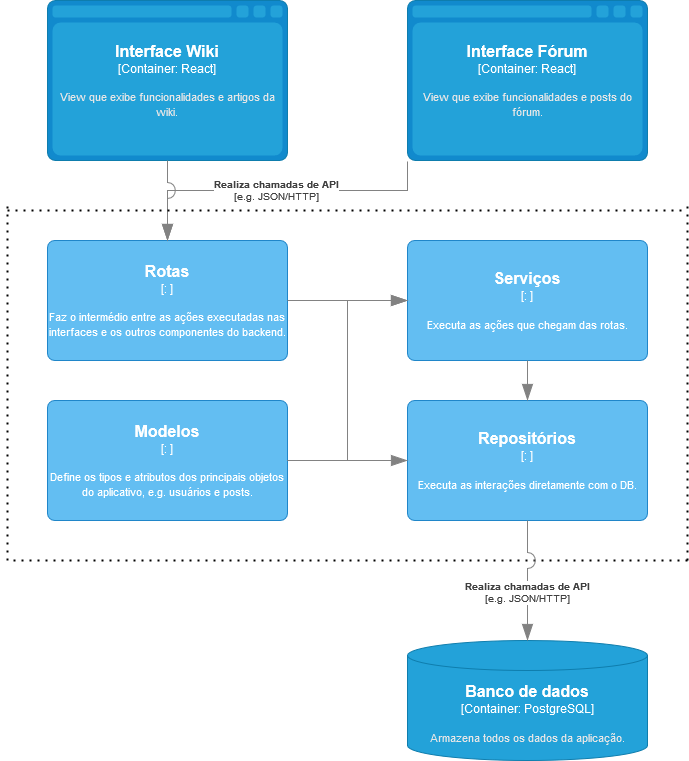
Earlier version of the draw.io export images/C4-A1-v1.drawio.png (caiopetruccirosa/mc426-2023s1). Source tidied: cells renumbered, new cells last; positions are measured from the earlier drawing's top-left corner, leaving out a move shared by most shapes.
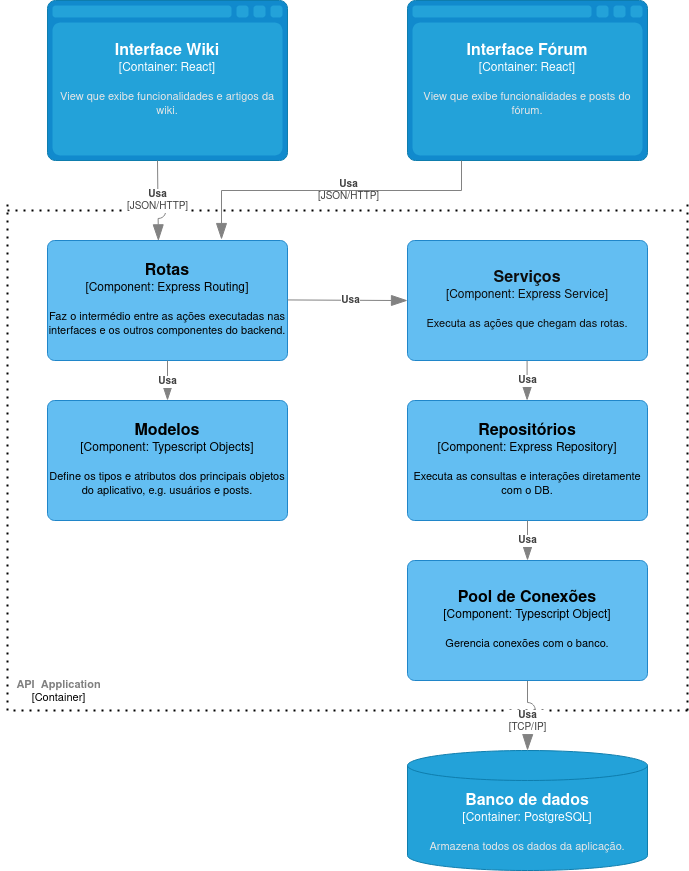
The same file after the commit.

Commit message:
Atualiza diagrama

What changed in the source:
```diff
@@ -12,91 +12,71 @@
         <mxGeometry x="406" width="240" height="160" as="geometry" />
       </mxCell>
     </object>
-    <object id="4" label="&lt;font style=&quot;font-size: 16px&quot;&gt;&lt;b&gt;%c4Name%&lt;/b&gt;&lt;/font&gt;&lt;div&gt;[%c4Type%: %c4Technology%]&lt;/div&gt;&lt;br&gt;&lt;div&gt;&lt;font style=&quot;font-size: 11px&quot;&gt;%c4Description%&lt;/font&gt;&lt;/div&gt;" c4Description="Define os tipos e atributos dos principais objetos do aplicativo, e.g. usuários e posts." c4Name="Modelos" c4Technology="" c4Type="" placeholders="1">
-      <mxCell style="rounded=1;whiteSpace=wrap;html=1;labelBackgroundColor=none;fillColor=#63BEF2;fontColor=#ffffff;align=center;arcSize=6;strokeColor=#2086C9;points=[[0.25,0,0],[0.5,0,0],[0.75,0,0],[1,0.25,0],[1,0.5,0],[1,0.75,0],[0.75,1,0],[0.5,1,0],[0.25,1,0],[0,0.75,0],[0,0.5,0],[0,0.25,0]];" parent="1" vertex="1">
+    <object id="4" label="&lt;font style=&quot;font-size: 16px&quot;&gt;&lt;b&gt;%c4Name%&lt;/b&gt;&lt;/font&gt;&lt;div&gt;[%c4Type%: %c4Technology%]&lt;/div&gt;&lt;br&gt;&lt;div&gt;&lt;font style=&quot;font-size: 11px&quot;&gt;%c4Description%&lt;/font&gt;&lt;/div&gt;" c4Description="Define os tipos e atributos dos principais objetos do aplicativo, e.g. usuários e posts." c4Name="Modelos" c4Technology="Typescript Objects" c4Type="Component" placeholders="1">
+      <mxCell style="rounded=1;whiteSpace=wrap;html=1;labelBackgroundColor=none;fillColor=#63BEF2;fontColor=#000000;align=center;arcSize=6;strokeColor=#2086C9;points=[[0.25,0,0],[0.5,0,0],[0.75,0,0],[1,0.25,0],[1,0.5,0],[1,0.75,0],[0.75,1,0],[0.5,1,0],[0.25,1,0],[0,0.75,0],[0,0.5,0],[0,0.25,0]];" parent="1" vertex="1">
         <mxGeometry x="46" y="400" width="240" height="120" as="geometry" />
       </mxCell>
     </object>
-    <object id="5" label="&lt;font style=&quot;font-size: 16px&quot;&gt;&lt;b&gt;%c4Name%&lt;/b&gt;&lt;/font&gt;&lt;div&gt;[%c4Type%: %c4Technology%]&lt;/div&gt;&lt;br&gt;&lt;div&gt;&lt;font style=&quot;font-size: 11px&quot;&gt;%c4Description%&lt;/font&gt;&lt;/div&gt;" c4Description="Executa as interações diretamente com o DB." c4Name="Repositórios" c4Technology="" c4Type="" placeholders="1">
-      <mxCell style="rounded=1;whiteSpace=wrap;html=1;labelBackgroundColor=none;fillColor=#63BEF2;fontColor=#ffffff;align=center;arcSize=6;strokeColor=#2086C9;points=[[0.25,0,0],[0.5,0,0],[0.75,0,0],[1,0.25,0],[1,0.5,0],[1,0.75,0],[0.75,1,0],[0.5,1,0],[0.25,1,0],[0,0.75,0],[0,0.5,0],[0,0.25,0]];" parent="1" vertex="1">
+    <object id="5" label="&lt;font style=&quot;font-size: 16px&quot;&gt;&lt;b&gt;%c4Name%&lt;/b&gt;&lt;/font&gt;&lt;div&gt;[%c4Type%: %c4Technology%]&lt;/div&gt;&lt;br&gt;&lt;div&gt;&lt;font style=&quot;font-size: 11px&quot;&gt;%c4Description%&lt;/font&gt;&lt;/div&gt;" c4Description="Executa as consultas e interações diretamente com o DB." c4Name="Repositórios" c4Technology="Express Repository" c4Type="Component" placeholders="1">
+      <mxCell style="rounded=1;whiteSpace=wrap;html=1;labelBackgroundColor=none;fillColor=#63BEF2;fontColor=#000000;align=center;arcSize=6;strokeColor=#2086C9;points=[[0.25,0,0],[0.5,0,0],[0.75,0,0],[1,0.25,0],[1,0.5,0],[1,0.75,0],[0.75,1,0],[0.5,1,0],[0.25,1,0],[0,0.75,0],[0,0.5,0],[0,0.25,0]];" parent="1" vertex="1">
         <mxGeometry x="406" y="400" width="240" height="120" as="geometry" />
       </mxCell>
     </object>
-    <object id="6" label="&lt;font style=&quot;font-size: 16px&quot;&gt;&lt;b&gt;%c4Name%&lt;/b&gt;&lt;/font&gt;&lt;div&gt;[%c4Type%: %c4Technology%]&lt;/div&gt;&lt;br&gt;&lt;div&gt;&lt;font style=&quot;font-size: 11px&quot;&gt;%c4Description%&lt;/font&gt;&lt;/div&gt;" c4Description="Faz o intermédio entre as ações executadas nas interfaces e os outros componentes do backend." c4Name="Rotas" c4Technology="" c4Type="" placeholders="1">
-      <mxCell style="rounded=1;whiteSpace=wrap;html=1;labelBackgroundColor=none;fillColor=#63BEF2;fontColor=#ffffff;align=center;arcSize=6;strokeColor=#2086C9;points=[[0.25,0,0],[0.5,0,0],[0.75,0,0],[1,0.25,0],[1,0.5,0],[1,0.75,0],[0.75,1,0],[0.5,1,0],[0.25,1,0],[0,0.75,0],[0,0.5,0],[0,0.25,0]];" parent="1" vertex="1">
+    <object id="6" label="&lt;font style=&quot;font-size: 16px&quot;&gt;&lt;b&gt;%c4Name%&lt;/b&gt;&lt;/font&gt;&lt;div&gt;[%c4Type%: %c4Technology%]&lt;/div&gt;&lt;br&gt;&lt;div&gt;&lt;font style=&quot;font-size: 11px&quot;&gt;%c4Description%&lt;/font&gt;&lt;/div&gt;" c4Description="Faz o intermédio entre as ações executadas nas interfaces e os outros componentes do backend." c4Name="Rotas" c4Technology="Express Routing" c4Type="Component" placeholders="1">
+      <mxCell style="rounded=1;whiteSpace=wrap;html=1;labelBackgroundColor=none;fillColor=#63BEF2;fontColor=#030303;align=center;arcSize=6;strokeColor=#2086C9;points=[[0.25,0,0],[0.5,0,0],[0.75,0,0],[1,0.25,0],[1,0.5,0],[1,0.75,0],[0.75,1,0],[0.5,1,0],[0.25,1,0],[0,0.75,0],[0,0.5,0],[0,0.25,0]];" parent="1" vertex="1">
         <mxGeometry x="46" y="240" width="240" height="120" as="geometry" />
       </mxCell>
     </object>
-    <object id="7" label="&lt;font style=&quot;font-size: 16px&quot;&gt;&lt;b&gt;%c4Name%&lt;/b&gt;&lt;/font&gt;&lt;div&gt;[%c4Type%: %c4Technology%]&lt;/div&gt;&lt;br&gt;&lt;div&gt;&lt;font style=&quot;font-size: 11px&quot;&gt;%c4Description%&lt;/font&gt;&lt;/div&gt;" c4Description="Executa as ações que chegam das rotas." c4Name="Serviços" c4Technology="" c4Type="" placeholders="1">
-      <mxCell style="rounded=1;whiteSpace=wrap;html=1;labelBackgroundColor=none;fillColor=#63BEF2;fontColor=#ffffff;align=center;arcSize=6;strokeColor=#2086C9;points=[[0.25,0,0],[0.5,0,0],[0.75,0,0],[1,0.25,0],[1,0.5,0],[1,0.75,0],[0.75,1,0],[0.5,1,0],[0.25,1,0],[0,0.75,0],[0,0.5,0],[0,0.25,0]];" parent="1" vertex="1">
+    <object id="7" label="&lt;font style=&quot;font-size: 16px&quot;&gt;&lt;b&gt;%c4Name%&lt;/b&gt;&lt;/font&gt;&lt;div&gt;[%c4Type%: %c4Technology%]&lt;/div&gt;&lt;br&gt;&lt;div&gt;&lt;font style=&quot;font-size: 11px&quot;&gt;%c4Description%&lt;/font&gt;&lt;/div&gt;" c4Description="Executa as ações que chegam das rotas." c4Name="Serviços" c4Technology="Express Service" c4Type="Component" placeholders="1">
+      <mxCell style="rounded=1;whiteSpace=wrap;html=1;labelBackgroundColor=none;fillColor=#63BEF2;fontColor=#0D0D0D;align=center;arcSize=6;strokeColor=#2086C9;points=[[0.25,0,0],[0.5,0,0],[0.75,0,0],[1,0.25,0],[1,0.5,0],[1,0.75,0],[0.75,1,0],[0.5,1,0],[0.25,1,0],[0,0.75,0],[0,0.5,0],[0,0.25,0]];" parent="1" vertex="1">
         <mxGeometry x="406" y="240" width="240" height="120" as="geometry" />
       </mxCell>
     </object>
     <object id="8" label="&lt;font style=&quot;font-size: 16px&quot;&gt;&lt;b&gt;%c4Type%&lt;/b&gt;&lt;/font&gt;&lt;div&gt;[%c4Container%:&amp;nbsp;%c4Technology%]&lt;/div&gt;&lt;br&gt;&lt;div&gt;&lt;font style=&quot;font-size: 11px&quot;&gt;&lt;font color=&quot;#E6E6E6&quot;&gt;%c4Description%&lt;/font&gt;&lt;/div&gt;" c4Container="Container" c4Description="Armazena todos os dados da aplicação." c4Technology="PostgreSQL" c4Type="Banco de dados" placeholders="1">
       <mxCell style="shape=cylinder3;size=15;whiteSpace=wrap;html=1;boundedLbl=1;rounded=0;labelBackgroundColor=none;fillColor=#23A2D9;fontSize=12;fontColor=#ffffff;align=center;strokeColor=#0E7DAD;points=[[0.5,0,0],[1,0.25,0],[1,0.5,0],[1,0.75,0],[0.5,1,0],[0,0.75,0],[0,0.5,0],[0,0.25,0]];" parent="1" vertex="1">
-        <mxGeometry x="406" y="640" width="240" height="120" as="geometry" />
+        <mxGeometry x="406" y="750" width="240" height="120" as="geometry" />
       </mxCell>
     </object>
-    <object id="9" label="&lt;div style=&quot;text-align: left&quot;&gt;&lt;div style=&quot;text-align: center&quot;&gt;&lt;b&gt;%c4Description%&lt;/b&gt;&lt;/div&gt;&lt;div style=&quot;text-align: center&quot;&gt;[%c4Technology%]&lt;/div&gt;&lt;/div&gt;" c4Description="Realiza chamadas de API" c4Technology="e.g. JSON/HTTP" c4Type="Relationship" placeholders="1">
-      <mxCell style="endArrow=blockThin;html=1;fontSize=10;fontColor=#404040;strokeWidth=1;endFill=1;strokeColor=#828282;elbow=vertical;endSize=14;startSize=14;jumpStyle=arc;jumpSize=16;rounded=0;edgeStyle=orthogonalEdgeStyle;exitX=0;exitY=1.006;exitDx=0;exitDy=0;exitPerimeter=0;entryX=0.5;entryY=0;entryDx=0;entryDy=0;entryPerimeter=0;" parent="1" edge="1" source="3" target="6">
-        <mxGeometry relative="1" as="geometry">
+    <object id="9" label="&lt;div style=&quot;text-align: left&quot;&gt;&lt;div style=&quot;text-align: center&quot;&gt;&lt;b&gt;%c4Description%&lt;/b&gt;&lt;/div&gt;&lt;div style=&quot;text-align: center&quot;&gt;[%c4Technology%]&lt;/div&gt;&lt;/div&gt;" c4Description="Usa" c4Technology="JSON/HTTP" c4Type="Relationship" placeholders="1">
+      <mxCell style="endArrow=blockThin;html=1;fontSize=10;fontColor=#404040;strokeWidth=1;endFill=1;strokeColor=#828282;elbow=vertical;endSize=14;startSize=14;jumpStyle=arc;jumpSize=16;rounded=0;edgeStyle=orthogonalEdgeStyle;exitX=0;exitY=1.006;exitDx=0;exitDy=0;exitPerimeter=0;entryX=0.5;entryY=0;entryDx=0;entryDy=0;entryPerimeter=0;labelBackgroundColor=none;" parent="1" edge="1">
+        <mxGeometry x="-0.11" relative="1" as="geometry">
+          <mxPoint x="460" y="160" as="sourcePoint" />
+          <mxPoint x="220" y="239" as="targetPoint" />
           <Array as="points">
-            <mxPoint x="406" y="190" />
-            <mxPoint x="166" y="190" />
+            <mxPoint x="460" y="190" />
+            <mxPoint x="220" y="190" />
           </Array>
         </mxGeometry>
       </mxCell>
     </object>
-    <object id="10" label="" c4Type="Relationship" placeholders="1">
-      <mxCell style="endArrow=blockThin;html=1;fontSize=10;fontColor=#404040;strokeWidth=1;endFill=1;strokeColor=#828282;elbow=vertical;endSize=14;startSize=14;jumpStyle=arc;jumpSize=16;rounded=0;edgeStyle=orthogonalEdgeStyle;" parent="1" edge="1" source="2">
-        <mxGeometry relative="1" as="geometry">
-          <mxPoint x="166" y="240" as="targetPoint" />
-        </mxGeometry>
-      </mxCell>
-    </object>
-    <object id="11" label="" c4Type="Relationship" placeholders="1">
-      <mxCell style="endArrow=blockThin;html=1;fontSize=10;fontColor=#404040;strokeWidth=1;endFill=1;strokeColor=#828282;elbow=vertical;endSize=14;startSize=14;jumpStyle=arc;jumpSize=16;rounded=0;edgeStyle=orthogonalEdgeStyle;" parent="1" edge="1" source="6">
-        <mxGeometry relative="1" as="geometry">
-          <mxPoint x="406" y="300" as="targetPoint" />
-        </mxGeometry>
-      </mxCell>
-    </object>
-    <object id="12" label="" c4Type="Relationship" placeholders="1">
-      <mxCell style="endArrow=blockThin;html=1;fontSize=10;fontColor=#404040;strokeWidth=1;endFill=1;strokeColor=#828282;elbow=vertical;endSize=14;startSize=14;jumpStyle=arc;jumpSize=16;rounded=0;edgeStyle=orthogonalEdgeStyle;entryX=0;entryY=0.5;entryDx=0;entryDy=0;entryPerimeter=0;exitX=1;exitY=0.5;exitDx=0;exitDy=0;exitPerimeter=0;" parent="1" edge="1" source="4" target="7">
-        <mxGeometry relative="1" as="geometry" />
-      </mxCell>
-    </object>
-    <object id="13" label="" c4Type="Relationship" placeholders="1">
-      <mxCell style="endArrow=blockThin;html=1;fontSize=10;fontColor=#404040;strokeWidth=1;endFill=1;strokeColor=#828282;elbow=vertical;endSize=14;startSize=14;jumpStyle=arc;jumpSize=16;rounded=0;edgeStyle=orthogonalEdgeStyle;exitX=1;exitY=0.5;exitDx=0;exitDy=0;exitPerimeter=0;" parent="1" edge="1" source="4" target="5">
-        <mxGeometry relative="1" as="geometry" />
-      </mxCell>
-    </object>
-    <object id="14" label="" c4Type="Relationship" placeholders="1">
-      <mxCell style="endArrow=blockThin;html=1;fontSize=10;fontColor=#404040;strokeWidth=1;endFill=1;strokeColor=#828282;elbow=vertical;endSize=14;startSize=14;jumpStyle=arc;jumpSize=16;rounded=0;edgeStyle=orthogonalEdgeStyle;exitX=0.5;exitY=1;exitDx=0;exitDy=0;exitPerimeter=0;entryX=0.5;entryY=0;entryDx=0;entryDy=0;entryPerimeter=0;" parent="1" edge="1" source="7" target="5">
-        <mxGeometry relative="1" as="geometry" />
-      </mxCell>
-    </object>
     <mxCell id="15" style="endArrow=none;dashed=1;html=1;dashPattern=1 3;strokeWidth=2;rounded=0;" parent="1" edge="1">
       <mxGeometry relative="1" as="geometry">
-        <mxPoint x="6" y="560" as="sourcePoint" />
+        <mxPoint x="6" y="710" as="sourcePoint" />
         <mxPoint x="6" y="200" as="targetPoint" />
       </mxGeometry>
     </mxCell>
     <mxCell id="16" style="endArrow=none;dashed=1;html=1;dashPattern=1 3;strokeWidth=2;rounded=0;" parent="1" edge="1">
       <mxGeometry relative="1" as="geometry">
-        <mxPoint x="686" y="560" as="sourcePoint" />
+        <mxPoint x="686" y="710" as="sourcePoint" />
         <mxPoint x="686" y="200" as="targetPoint" />
       </mxGeometry>
     </mxCell>
     <mxCell id="17" style="endArrow=none;dashed=1;html=1;dashPattern=1 3;strokeWidth=2;rounded=0;" parent="1" edge="1">
       <mxGeometry relative="1" as="geometry">
-        <mxPoint x="686" y="560" as="sourcePoint" />
-        <mxPoint x="6" y="560" as="targetPoint" />
+        <mxPoint x="686" y="710" as="sourcePoint" />
+        <mxPoint x="6" y="710" as="targetPoint" />
       </mxGeometry>
     </mxCell>
+    <mxCell id="20" value="&lt;font color=&quot;#808080&quot;&gt;&lt;b&gt;API &lt;span style=&quot;white-space: pre;&quot;&gt; &lt;/span&gt;Application&lt;/b&gt;&lt;/font&gt;&lt;br&gt;[Container]" style="edgeLabel;html=1;align=center;verticalAlign=middle;" parent="17" vertex="1">
+      <mxGeometry x="0.82" y="1" relative="1" as="geometry">
+        <mxPoint x="-11" y="-21" as="offset" />
+      </mxGeometry>
+    </mxCell>
-    <object id="18" label="&lt;div style=&quot;text-align: left&quot;&gt;&lt;div style=&quot;text-align: center&quot;&gt;&lt;b&gt;%c4Description%&lt;/b&gt;&lt;/div&gt;&lt;div style=&quot;text-align: center&quot;&gt;[%c4Technology%]&lt;/div&gt;&lt;/div&gt;" c4Description="Realiza chamadas de API" c4Technology="e.g. JSON/HTTP" c4Type="Relationship" placeholders="1">
-      <mxCell style="endArrow=blockThin;html=1;fontSize=10;fontColor=#404040;strokeWidth=1;endFill=1;strokeColor=#828282;elbow=vertical;endSize=14;startSize=14;jumpStyle=arc;jumpSize=16;rounded=0;edgeStyle=orthogonalEdgeStyle;entryX=0.5;entryY=0;entryDx=0;entryDy=0;entryPerimeter=0;" parent="1" edge="1" source="5" target="8">
-        <mxGeometry x="0.2" relative="1" as="geometry" />
+    <object id="18" label="&lt;div style=&quot;text-align: left&quot;&gt;&lt;div style=&quot;text-align: center&quot;&gt;&lt;b&gt;%c4Description%&lt;/b&gt;&lt;/div&gt;&lt;div style=&quot;text-align: center&quot;&gt;[%c4Technology%]&lt;/div&gt;&lt;/div&gt;" c4Description="Usa" c4Technology="TCP/IP" c4Type="Relationship" placeholders="1">
+      <mxCell style="endArrow=blockThin;html=1;fontSize=10;fontColor=#404040;strokeWidth=1;endFill=1;strokeColor=#828282;elbow=vertical;endSize=14;startSize=14;jumpStyle=arc;jumpSize=16;rounded=0;edgeStyle=orthogonalEdgeStyle;entryX=0.5;entryY=0;entryDx=0;entryDy=0;entryPerimeter=0;" parent="1" edge="1" target="8">
+        <mxGeometry x="0.2" relative="1" as="geometry">
+          <mxPoint x="526" y="680" as="sourcePoint" />
+        </mxGeometry>
       </mxCell>
     </object>
     <mxCell id="19" style="endArrow=none;dashed=1;html=1;dashPattern=1 3;strokeWidth=2;rounded=0;" parent="1" edge="1">
@@ -105,5 +85,45 @@
         <mxPoint y="210" as="targetPoint" />
       </mxGeometry>
     </mxCell>
+    <object id="21" label="&lt;div style=&quot;text-align: left&quot;&gt;&lt;div style=&quot;text-align: center&quot;&gt;&lt;b&gt;%c4Description%&lt;/b&gt;&lt;/div&gt;&lt;div style=&quot;text-align: center&quot;&gt;[%c4Technology%]&lt;/div&gt;&lt;/div&gt;" c4Description="Usa" c4Technology="JSON/HTTP" c4Type="Relationship" placeholders="1">
+      <mxCell style="endArrow=blockThin;html=1;fontSize=10;fontColor=#404040;strokeWidth=1;endFill=1;strokeColor=#828282;elbow=vertical;endSize=14;startSize=14;jumpStyle=arc;jumpSize=16;rounded=0;edgeStyle=orthogonalEdgeStyle;entryX=0.462;entryY=0.003;entryDx=0;entryDy=0;entryPerimeter=0;" parent="1" edge="1" target="6">
+        <mxGeometry relative="1" as="geometry">
+          <mxPoint x="156" y="160" as="sourcePoint" />
+        </mxGeometry>
+      </mxCell>
+    </object>
+    <object id="22" label="&lt;div style=&quot;text-align: left&quot;&gt;&lt;div style=&quot;text-align: center&quot;&gt;&lt;b&gt;%c4Description%&lt;/b&gt;&lt;/div&gt;" c4Description="Usa" c4Type="Relationship" placeholders="1">
+      <mxCell style="endArrow=blockThin;html=1;fontSize=10;fontColor=#404040;strokeWidth=1;endFill=1;strokeColor=#828282;elbow=vertical;endSize=14;startSize=14;jumpStyle=arc;jumpSize=16;rounded=0;edgeStyle=orthogonalEdgeStyle;entryX=0;entryY=0.5;entryDx=0;entryDy=0;entryPerimeter=0;" parent="1" edge="1" target="7">
+        <mxGeometry x="0.05" relative="1" as="geometry">
+          <mxPoint x="286" y="299.4" as="sourcePoint" />
+        </mxGeometry>
+      </mxCell>
+    </object>
+    <object id="23" label="&lt;div style=&quot;text-align: left&quot;&gt;&lt;div style=&quot;text-align: center&quot;&gt;&lt;b&gt;%c4Description%&lt;/b&gt;&lt;/div&gt;" c4Description="Usa" c4Type="Relationship" placeholders="1">
+      <mxCell style="endArrow=blockThin;html=1;fontSize=10;fontColor=#404040;strokeWidth=1;endFill=1;strokeColor=#828282;elbow=vertical;endSize=14;startSize=14;jumpStyle=arc;jumpSize=16;rounded=0;edgeStyle=orthogonalEdgeStyle;" parent="1" edge="1" target="5">
+        <mxGeometry relative="1" as="geometry">
+          <mxPoint x="525.6" y="360" as="sourcePoint" />
+          <Array as="points">
+            <mxPoint x="526" y="370" />
+            <mxPoint x="526" y="370" />
+          </Array>
+        </mxGeometry>
+      </mxCell>
+    </object>
+    <object id="24" label="&lt;div style=&quot;text-align: left&quot;&gt;&lt;div style=&quot;text-align: center&quot;&gt;&lt;b&gt;%c4Description%&lt;/b&gt;&lt;/div&gt;" c4Description="Usa" c4Type="Relationship" placeholders="1">
+      <mxCell style="endArrow=blockThin;html=1;fontSize=10;fontColor=#404040;strokeWidth=1;endFill=1;strokeColor=#828282;elbow=vertical;endSize=14;startSize=14;jumpStyle=arc;jumpSize=16;rounded=0;edgeStyle=orthogonalEdgeStyle;entryX=0.5;entryY=0;entryDx=0;entryDy=0;entryPerimeter=0;exitX=0.5;exitY=1;exitDx=0;exitDy=0;exitPerimeter=0;" parent="1" edge="1" source="6" target="4">
+        <mxGeometry x="0.03" relative="1" as="geometry" />
+      </mxCell>
+    </object>
+    <object id="25" label="&lt;font style=&quot;font-size: 16px&quot;&gt;&lt;b&gt;%c4Name%&lt;/b&gt;&lt;/font&gt;&lt;div&gt;[%c4Type%: %c4Technology%]&lt;/div&gt;&lt;br&gt;&lt;div&gt;&lt;font style=&quot;font-size: 11px&quot;&gt;%c4Description%&lt;/font&gt;&lt;/div&gt;" c4Description="Gerencia conexões com o banco." c4Name="Pool de Conexões" c4Technology="Typescript Object" c4Type="Component" placeholders="1">
+      <mxCell style="rounded=1;whiteSpace=wrap;html=1;labelBackgroundColor=none;fillColor=#63BEF2;fontColor=#000000;align=center;arcSize=6;strokeColor=#2086C9;points=[[0.25,0,0],[0.5,0,0],[0.75,0,0],[1,0.25,0],[1,0.5,0],[1,0.75,0],[0.75,1,0],[0.5,1,0],[0.25,1,0],[0,0.75,0],[0,0.5,0],[0,0.25,0]];" parent="1" vertex="1">
+        <mxGeometry x="406" y="560" width="240" height="120" as="geometry" />
+      </mxCell>
+    </object>
+    <object id="26" label="&lt;div style=&quot;text-align: left&quot;&gt;&lt;div style=&quot;text-align: center&quot;&gt;&lt;b&gt;%c4Description%&lt;/b&gt;&lt;/div&gt;" c4Description="Usa" c4Type="Relationship" placeholders="1">
+      <mxCell style="endArrow=blockThin;html=1;fontSize=10;fontColor=#404040;strokeWidth=1;endFill=1;strokeColor=#828282;elbow=vertical;endSize=14;startSize=14;jumpStyle=arc;jumpSize=16;rounded=0;edgeStyle=orthogonalEdgeStyle;" parent="1" edge="1" source="5" target="25">
+        <mxGeometry relative="1" as="geometry" />
+      </mxCell>
+    </object>
   </root>
 </mxGraphModel>
```
